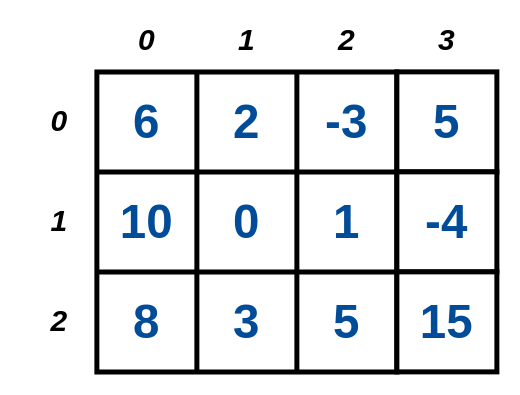
Above: matrizes.drawio in viniciusrpb/drawio_flowcharts (draw.io), before the change. Source tidied: cells renumbered, new cells numbered last; positions are measured from the earlier drawing's top-left corner, leaving out a move shared by most shapes. Both pictures are drawn from the tidied source at 125%, with x=0, y=0 at pixel (21, 21).
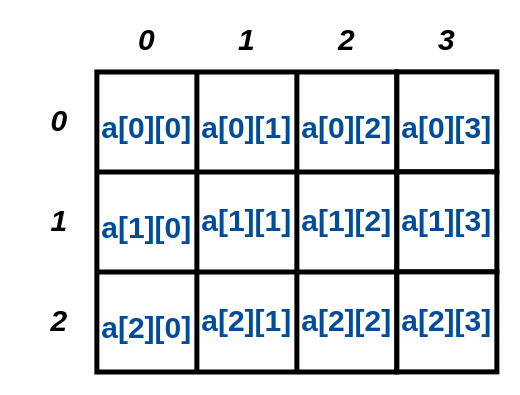
The same page after the edit.

Unchanged cells that the change refers to:
```xml
<mxCell id="3" style="shape=tableRow;horizontal=0;startSize=0;swimlaneHead=0;swimlaneBody=0;strokeColor=inherit;top=0;left=0;bottom=0;right=0;fillColor=none;fontSize=38;fontStyle=1;strokeWidth=4;" parent="2" vertex="1">
  <mxGeometry width="240" height="80" as="geometry" />
</mxCell>
<mxCell id="7" style="shape=tableRow;horizontal=0;startSize=0;swimlaneHead=0;swimlaneBody=0;strokeColor=inherit;top=0;left=0;bottom=0;right=0;fillColor=none;fontSize=38;fontStyle=1;strokeWidth=4;fontColor=#004C99;" parent="2" vertex="1">
  <mxGeometry y="80" width="240" height="80" as="geometry" />
</mxCell>
<mxCell id="11" style="shape=tableRow;horizontal=0;startSize=0;swimlaneHead=0;swimlaneBody=0;strokeColor=inherit;top=0;left=0;bottom=0;right=0;fillColor=none;fontSize=38;fontStyle=1;strokeWidth=4;fontColor=#004C99;" parent="2" vertex="1">
  <mxGeometry y="160" width="240" height="80" as="geometry" />
</mxCell>
```

The edit, as a diff of the source:
```diff
@@
-    <mxCell id="4" value="6" style="shape=partialRectangle;html=1;whiteSpace=wrap;strokeColor=inherit;overflow=hidden;fillColor=none;top=0;left=0;bottom=0;right=0;fontSize=38;fontStyle=1;strokeWidth=4;fontColor=#004C99;" parent="3" vertex="1">
+    <mxCell id="4" value="&lt;font style=&quot;font-size: 24px;&quot;&gt;a[0][0]&lt;/font&gt;" style="shape=partialRectangle;html=1;whiteSpace=wrap;strokeColor=inherit;overflow=hidden;fillColor=none;top=0;left=0;bottom=0;right=0;fontSize=38;fontStyle=1;strokeWidth=4;fontColor=#004C99;" parent="3" vertex="1">
       <mxGeometry width="80" height="80" as="geometry" />
     </mxCell>
-    <mxCell id="5" value="2" style="shape=partialRectangle;html=1;whiteSpace=wrap;strokeColor=inherit;overflow=hidden;fillColor=none;top=0;left=0;bottom=0;right=0;fontSize=38;fontStyle=1;strokeWidth=4;fontColor=#004C99;" parent="3" vertex="1">
+    <mxCell id="5" value="&lt;font style=&quot;font-size: 24px;&quot;&gt;a[0][1]&lt;/font&gt;" style="shape=partialRectangle;html=1;whiteSpace=wrap;strokeColor=inherit;overflow=hidden;fillColor=none;top=0;left=0;bottom=0;right=0;fontSize=38;fontStyle=1;strokeWidth=4;fontColor=#004C99;" parent="3" vertex="1">
       <mxGeometry x="80" width="80" height="80" as="geometry" />
     </mxCell>
-    <mxCell id="6" value="-3" style="shape=partialRectangle;html=1;whiteSpace=wrap;strokeColor=inherit;overflow=hidden;fillColor=none;top=0;left=0;bottom=0;right=0;fontSize=38;fontStyle=1;strokeWidth=4;fontColor=#004C99;" parent="3" vertex="1">
+    <mxCell id="6" value="&lt;font style=&quot;font-size: 24px;&quot;&gt;a[0][2]&lt;/font&gt;" style="shape=partialRectangle;html=1;whiteSpace=wrap;strokeColor=inherit;overflow=hidden;fillColor=none;top=0;left=0;bottom=0;right=0;fontSize=38;fontStyle=1;strokeWidth=4;fontColor=#004C99;" parent="3" vertex="1">
       <mxGeometry x="160" width="80" height="80" as="geometry" />
     </mxCell>
@@
-    <mxCell id="8" value="10" style="shape=partialRectangle;html=1;whiteSpace=wrap;strokeColor=inherit;overflow=hidden;fillColor=none;top=0;left=0;bottom=0;right=0;fontSize=38;fontStyle=1;strokeWidth=4;fontColor=#004C99;" parent="7" vertex="1">
+    <mxCell id="8" value="&lt;font style=&quot;font-size: 24px;&quot;&gt;a[1][0]&lt;/font&gt;" style="shape=partialRectangle;html=1;whiteSpace=wrap;strokeColor=inherit;overflow=hidden;fillColor=none;top=0;left=0;bottom=0;right=0;fontSize=38;fontStyle=1;strokeWidth=4;fontColor=#004C99;" parent="7" vertex="1">
       <mxGeometry width="80" height="80" as="geometry" />
     </mxCell>
-    <mxCell id="9" value="0" style="shape=partialRectangle;html=1;whiteSpace=wrap;strokeColor=inherit;overflow=hidden;fillColor=none;top=0;left=0;bottom=0;right=0;fontSize=38;fontStyle=1;strokeWidth=4;fontColor=#004C99;" parent="7" vertex="1">
+    <mxCell id="9" value="a[1][1]" style="shape=partialRectangle;html=1;whiteSpace=wrap;strokeColor=inherit;overflow=hidden;fillColor=none;top=0;left=0;bottom=0;right=0;fontSize=24;fontStyle=1;strokeWidth=4;fontColor=#004C99;" parent="7" vertex="1">
       <mxGeometry x="80" width="80" height="80" as="geometry" />
     </mxCell>
-    <mxCell id="10" value="1" style="shape=partialRectangle;html=1;whiteSpace=wrap;strokeColor=inherit;overflow=hidden;fillColor=none;top=0;left=0;bottom=0;right=0;fontSize=38;fontStyle=1;strokeWidth=4;fontColor=#004C99;" parent="7" vertex="1">
+    <mxCell id="10" value="a[1][2]" style="shape=partialRectangle;html=1;whiteSpace=wrap;strokeColor=inherit;overflow=hidden;fillColor=none;top=0;left=0;bottom=0;right=0;fontSize=24;fontStyle=1;strokeWidth=4;fontColor=#004C99;" parent="7" vertex="1">
       <mxGeometry x="160" width="80" height="80" as="geometry" />
     </mxCell>
@@
-    <mxCell id="12" value="8" style="shape=partialRectangle;html=1;whiteSpace=wrap;strokeColor=inherit;overflow=hidden;fillColor=none;top=0;left=0;bottom=0;right=0;fontSize=38;fontStyle=1;strokeWidth=4;fontColor=#004C99;" parent="11" vertex="1">
+    <mxCell id="12" value="&lt;font style=&quot;font-size: 24px;&quot;&gt;a[2][0]&lt;/font&gt;" style="shape=partialRectangle;html=1;whiteSpace=wrap;strokeColor=inherit;overflow=hidden;fillColor=none;top=0;left=0;bottom=0;right=0;fontSize=38;fontStyle=1;strokeWidth=4;fontColor=#004C99;" parent="11" vertex="1">
       <mxGeometry width="80" height="80" as="geometry" />
     </mxCell>
-    <mxCell id="13" value="3" style="shape=partialRectangle;html=1;whiteSpace=wrap;strokeColor=inherit;overflow=hidden;fillColor=none;top=0;left=0;bottom=0;right=0;fontSize=38;fontStyle=1;strokeWidth=4;fontColor=#004C99;" parent="11" vertex="1">
+    <mxCell id="13" value="a[2][1]" style="shape=partialRectangle;html=1;whiteSpace=wrap;strokeColor=inherit;overflow=hidden;fillColor=none;top=0;left=0;bottom=0;right=0;fontSize=24;fontStyle=1;strokeWidth=4;fontColor=#004C99;" parent="11" vertex="1">
       <mxGeometry x="80" width="80" height="80" as="geometry" />
     </mxCell>
-    <mxCell id="14" value="5" style="shape=partialRectangle;html=1;whiteSpace=wrap;strokeColor=inherit;overflow=hidden;fillColor=none;top=0;left=0;bottom=0;right=0;fontSize=38;fontStyle=1;strokeWidth=4;fontColor=#004C99;" parent="11" vertex="1">
+    <mxCell id="14" value="a[2][2]" style="shape=partialRectangle;html=1;whiteSpace=wrap;strokeColor=inherit;overflow=hidden;fillColor=none;top=0;left=0;bottom=0;right=0;fontSize=24;fontStyle=1;strokeWidth=4;fontColor=#004C99;" parent="11" vertex="1">
       <mxGeometry x="160" width="80" height="80" as="geometry" />
     </mxCell>
-    <mxCell id="15" value="5" style="rounded=0;whiteSpace=wrap;html=1;fontSize=38;fontStyle=1;strokeWidth=4;fontColor=#004C99;" parent="1" vertex="1">
+    <mxCell id="15" value="&lt;font style=&quot;font-size: 24px;&quot;&gt;a[0][3]&lt;/font&gt;" style="rounded=0;whiteSpace=wrap;html=1;fontSize=38;fontStyle=1;strokeWidth=4;fontColor=#004C99;" parent="1" vertex="1">
       <mxGeometry x="300" y="40" width="80" height="80" as="geometry" />
     </mxCell>
-    <mxCell id="16" value="-4" style="rounded=0;whiteSpace=wrap;html=1;fontSize=38;fontStyle=1;strokeWidth=4;fontColor=#004C99;" parent="1" vertex="1">
+    <mxCell id="16" value="a[1][3]" style="rounded=0;whiteSpace=wrap;html=1;fontSize=24;fontStyle=1;strokeWidth=4;fontColor=#004C99;" parent="1" vertex="1">
       <mxGeometry x="300" y="120" width="80" height="80" as="geometry" />
     </mxCell>
-    <mxCell id="17" value="15" style="rounded=0;whiteSpace=wrap;html=1;fontSize=38;fontStyle=1;strokeWidth=4;fontColor=#004C99;" parent="1" vertex="1">
+    <mxCell id="17" value="a[2][3]" style="rounded=0;whiteSpace=wrap;html=1;fontSize=24;fontStyle=1;strokeWidth=4;fontColor=#004C99;" parent="1" vertex="1">
       <mxGeometry x="300" y="200" width="80" height="80" as="geometry" />
     </mxCell>
```
